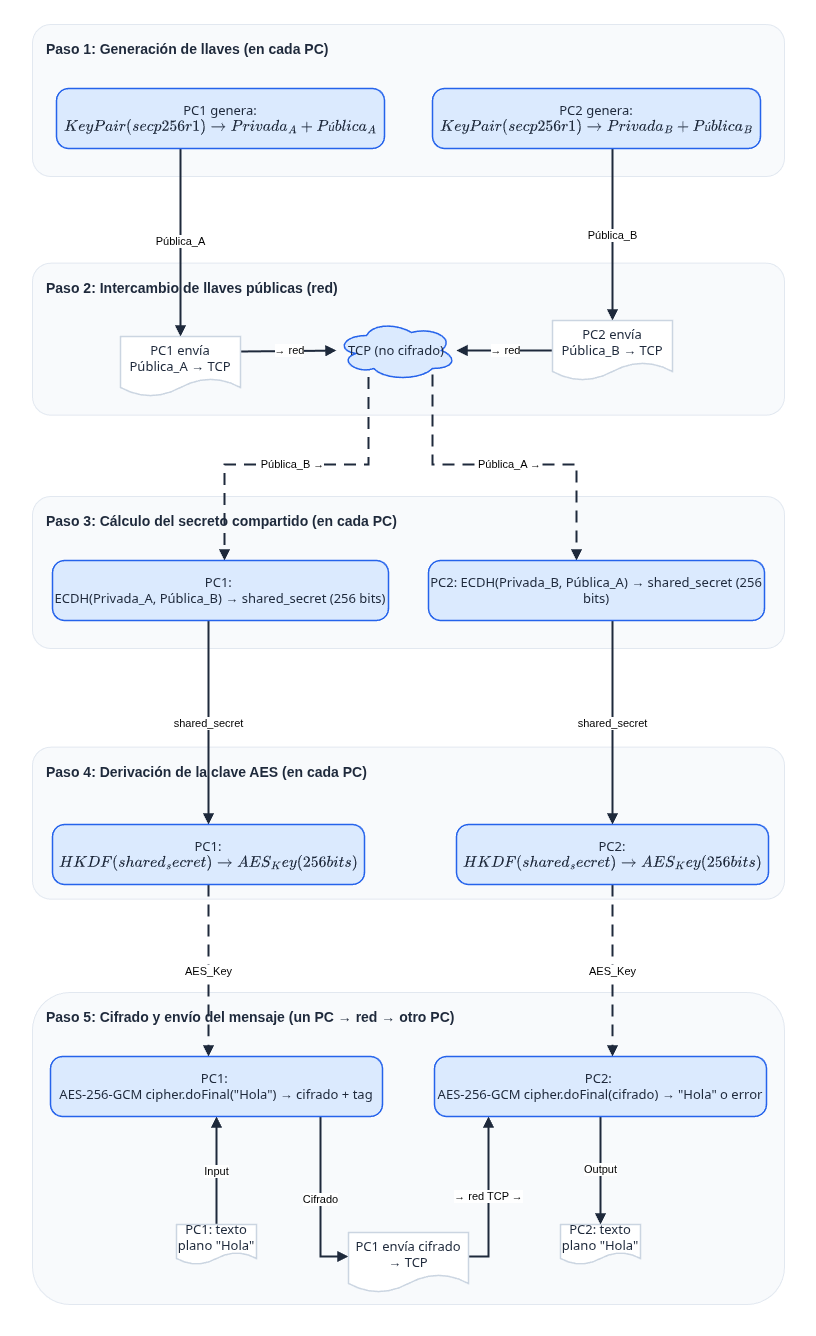
This is docs/crypto-architecture.png from RonyOz/encrypted-chat-java, a draw.io export, as it was before one commit. Source tidied: cells renumbered, new cells last; positions are measured from the earlier drawing's top-left corner, leaving out a move shared by most shapes.
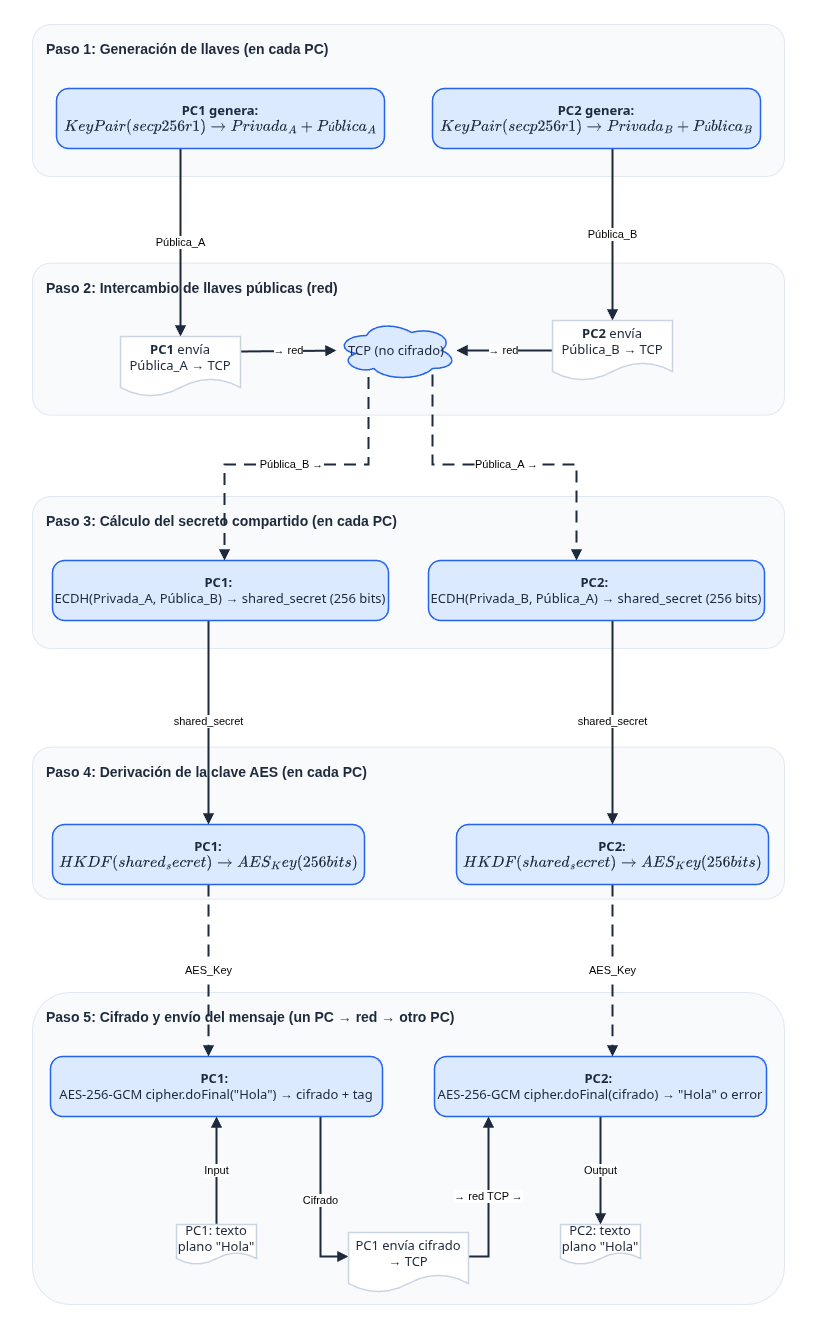
After the change.

Commit message:
fix: Update crypto architecture diagram for clarity and formatting

What changed in the source:
```diff
@@ -115,43 +115,43 @@
         </Array>
       </mxGeometry>
     </mxCell>
-    <mxCell id="22" value="PC1 genera: \(KeyPair(secp256r1) → Privada_A + Pública_A\)" style="rounded=1;arcSize=20;html=1;whiteSpace=wrap;fillColor=#DBEAFE;strokeColor=#2563EB;strokeWidth=1.5;fontColor=#1E293B;fontSize=13;fontFamily=Inter, Roboto, system-ui, -apple-system, sans-serif;verticalAlign=middle;align=center;" parent="1" vertex="1">
+    <mxCell id="22" value="&lt;b&gt;PC1 genera:&lt;/b&gt; \(KeyPair(secp256r1) → Privada_A + Pública_A\)" style="rounded=1;arcSize=20;html=1;whiteSpace=wrap;fillColor=#DBEAFE;strokeColor=#2563EB;strokeWidth=1.5;fontColor=#1E293B;fontSize=13;fontFamily=Inter, Roboto, system-ui, -apple-system, sans-serif;verticalAlign=middle;align=center;" parent="1" vertex="1">
       <mxGeometry x="56" y="88" width="328" height="60" as="geometry" />
     </mxCell>
-    <mxCell id="23" value="PC2 genera: \(KeyPair(secp256r1) → Privada_B + Pública_B\)" style="rounded=1;arcSize=20;html=1;whiteSpace=wrap;fillColor=#DBEAFE;strokeColor=#2563EB;strokeWidth=1.5;fontColor=#1E293B;fontSize=13;fontFamily=Inter, Roboto, system-ui, -apple-system, sans-serif;verticalAlign=middle;align=center;" parent="1" vertex="1">
+    <mxCell id="23" value="&lt;b&gt;PC2 genera:&lt;/b&gt; \(KeyPair(secp256r1) → Privada_B + Pública_B\)" style="rounded=1;arcSize=20;html=1;whiteSpace=wrap;fillColor=#DBEAFE;strokeColor=#2563EB;strokeWidth=1.5;fontColor=#1E293B;fontSize=13;fontFamily=Inter, Roboto, system-ui, -apple-system, sans-serif;verticalAlign=middle;align=center;" parent="1" vertex="1">
       <mxGeometry x="432" y="88" width="328" height="60" as="geometry" />
     </mxCell>
-    <mxCell id="24" value="PC1 envía Pública_A → TCP" style="shape=document;boundedLbl=1;html=1;whiteSpace=wrap;fillColor=#FFFFFF;strokeColor=#CBD5E1;strokeWidth=1.5;fontColor=#1E293B;fontSize=13;fontFamily=Inter, Roboto, system-ui, -apple-system, sans-serif;verticalAlign=middle;align=center;" parent="1" vertex="1">
+    <mxCell id="24" value="&lt;b&gt;PC1&lt;/b&gt; envía Pública_A → TCP" style="shape=document;boundedLbl=1;html=1;whiteSpace=wrap;fillColor=#FFFFFF;strokeColor=#CBD5E1;strokeWidth=1.5;fontColor=#1E293B;fontSize=13;fontFamily=Inter, Roboto, system-ui, -apple-system, sans-serif;verticalAlign=middle;align=center;" parent="1" vertex="1">
       <mxGeometry x="120" y="336" width="120" height="60" as="geometry" />
     </mxCell>
-    <mxCell id="25" value="PC2 envía Pública_B → TCP" style="shape=document;boundedLbl=1;html=1;whiteSpace=wrap;fillColor=#FFFFFF;strokeColor=#CBD5E1;strokeWidth=1.5;fontColor=#1E293B;fontSize=13;fontFamily=Inter, Roboto, system-ui, -apple-system, sans-serif;verticalAlign=middle;align=center;" parent="1" vertex="1">
+    <mxCell id="25" value="&lt;b&gt;PC2&lt;/b&gt; envía Pública_B → TCP" style="shape=document;boundedLbl=1;html=1;whiteSpace=wrap;fillColor=#FFFFFF;strokeColor=#CBD5E1;strokeWidth=1.5;fontColor=#1E293B;fontSize=13;fontFamily=Inter, Roboto, system-ui, -apple-system, sans-serif;verticalAlign=middle;align=center;" parent="1" vertex="1">
       <mxGeometry x="552" y="320" width="120" height="60" as="geometry" />
     </mxCell>
     <mxCell id="26" value="TCP (no cifrado)" style="ellipse;shape=cloud;html=1;whiteSpace=wrap;fillColor=#DBEAFE;strokeColor=#2563EB;strokeWidth=1.5;fontColor=#1E293B;fontSize=13;fontFamily=Inter, Roboto, system-ui, -apple-system, sans-serif;verticalAlign=middle;align=center;" parent="1" vertex="1">
       <mxGeometry x="336" y="320" width="120" height="60" as="geometry" />
     </mxCell>
-    <mxCell id="27" value="PC1:&amp;nbsp;&lt;div&gt;ECDH(Privada_A, Pública_B) → shared_secret (256 bits)&lt;/div&gt;" style="rounded=1;arcSize=20;html=1;whiteSpace=wrap;fillColor=#DBEAFE;strokeColor=#2563EB;strokeWidth=1.5;fontColor=#1E293B;fontSize=13;fontFamily=Inter, Roboto, system-ui, -apple-system, sans-serif;verticalAlign=middle;align=center;" parent="1" vertex="1">
+    <mxCell id="27" value="&lt;b&gt;PC1:&amp;nbsp;&lt;/b&gt;&lt;div&gt;ECDH(Privada_A, Pública_B) → shared_secret (256 bits)&lt;/div&gt;" style="rounded=1;arcSize=20;html=1;whiteSpace=wrap;fillColor=#DBEAFE;strokeColor=#2563EB;strokeWidth=1.5;fontColor=#1E293B;fontSize=13;fontFamily=Inter, Roboto, system-ui, -apple-system, sans-serif;verticalAlign=middle;align=center;" parent="1" vertex="1">
       <mxGeometry x="52" y="560" width="336" height="60" as="geometry" />
     </mxCell>
-    <mxCell id="28" value="PC2: ECDH(Privada_B, Pública_A) → shared_secret (256 bits)" style="rounded=1;arcSize=20;html=1;whiteSpace=wrap;fillColor=#DBEAFE;strokeColor=#2563EB;strokeWidth=1.5;fontColor=#1E293B;fontSize=13;fontFamily=Inter, Roboto, system-ui, -apple-system, sans-serif;verticalAlign=middle;align=center;" parent="1" vertex="1">
+    <mxCell id="28" value="&lt;b&gt;PC2:&amp;nbsp;&lt;/b&gt;&lt;div&gt;ECDH(Privada_B, Pública_A) → shared_secret (256 bits)&lt;/div&gt;" style="rounded=1;arcSize=20;html=1;whiteSpace=wrap;fillColor=#DBEAFE;strokeColor=#2563EB;strokeWidth=1.5;fontColor=#1E293B;fontSize=13;fontFamily=Inter, Roboto, system-ui, -apple-system, sans-serif;verticalAlign=middle;align=center;" parent="1" vertex="1">
       <mxGeometry x="428" y="560" width="336" height="60" as="geometry" />
     </mxCell>
-    <mxCell id="29" value="PC1: \(HKDF(shared_secret) → AES_Key (256 bits)\)" style="rounded=1;arcSize=20;html=1;whiteSpace=wrap;fillColor=#DBEAFE;strokeColor=#2563EB;strokeWidth=1.5;fontColor=#1E293B;fontSize=13;fontFamily=Inter, Roboto, system-ui, -apple-system, sans-serif;verticalAlign=middle;align=center;" parent="1" vertex="1">
+    <mxCell id="29" value="&lt;b&gt;PC1:&lt;/b&gt; \(HKDF(shared_secret) → AES_Key (256 bits)\)" style="rounded=1;arcSize=20;html=1;whiteSpace=wrap;fillColor=#DBEAFE;strokeColor=#2563EB;strokeWidth=1.5;fontColor=#1E293B;fontSize=13;fontFamily=Inter, Roboto, system-ui, -apple-system, sans-serif;verticalAlign=middle;align=center;" parent="1" vertex="1">
       <mxGeometry x="52" y="824" width="312" height="60" as="geometry" />
     </mxCell>
-    <mxCell id="30" value="PC2: \(HKDF(shared_secret) → AES_Key (256 bits)\)" style="rounded=1;arcSize=20;html=1;whiteSpace=wrap;fillColor=#DBEAFE;strokeColor=#2563EB;strokeWidth=1.5;fontColor=#1E293B;fontSize=13;fontFamily=Inter, Roboto, system-ui, -apple-system, sans-serif;verticalAlign=middle;align=center;" parent="1" vertex="1">
+    <mxCell id="30" value="&lt;b&gt;PC2:&lt;/b&gt; \(HKDF(shared_secret) → AES_Key (256 bits)\)" style="rounded=1;arcSize=20;html=1;whiteSpace=wrap;fillColor=#DBEAFE;strokeColor=#2563EB;strokeWidth=1.5;fontColor=#1E293B;fontSize=13;fontFamily=Inter, Roboto, system-ui, -apple-system, sans-serif;verticalAlign=middle;align=center;" parent="1" vertex="1">
       <mxGeometry x="456" y="824" width="312" height="60" as="geometry" />
     </mxCell>
     <mxCell id="31" value="PC1: texto plano &quot;Hola&quot;" style="shape=document;boundedLbl=1;html=1;whiteSpace=wrap;fillColor=#FFFFFF;strokeColor=#CBD5E1;strokeWidth=1.5;fontColor=#1E293B;fontSize=13;fontFamily=Inter, Roboto, system-ui, -apple-system, sans-serif;verticalAlign=middle;align=center;" parent="1" vertex="1">
       <mxGeometry x="176" y="1224" width="80" height="40" as="geometry" />
     </mxCell>
-    <mxCell id="32" value="PC1:&amp;nbsp;&lt;div&gt;AES-256-GCM cipher.doFinal(&quot;Hola&quot;) → cifrado + tag&lt;/div&gt;" style="rounded=1;arcSize=20;html=1;whiteSpace=wrap;fillColor=#DBEAFE;strokeColor=#2563EB;strokeWidth=1.5;fontColor=#1E293B;fontSize=13;fontFamily=Inter, Roboto, system-ui, -apple-system, sans-serif;verticalAlign=middle;align=center;" parent="1" vertex="1">
+    <mxCell id="32" value="&lt;b&gt;PC1:&amp;nbsp;&lt;/b&gt;&lt;div&gt;AES-256-GCM cipher.doFinal(&quot;Hola&quot;) → cifrado + tag&lt;/div&gt;" style="rounded=1;arcSize=20;html=1;whiteSpace=wrap;fillColor=#DBEAFE;strokeColor=#2563EB;strokeWidth=1.5;fontColor=#1E293B;fontSize=13;fontFamily=Inter, Roboto, system-ui, -apple-system, sans-serif;verticalAlign=middle;align=center;" parent="1" vertex="1">
       <mxGeometry x="50" y="1056" width="332" height="60" as="geometry" />
     </mxCell>
     <mxCell id="33" value="PC1 envía cifrado → TCP" style="shape=document;boundedLbl=1;html=1;whiteSpace=wrap;fillColor=#FFFFFF;strokeColor=#CBD5E1;strokeWidth=1.5;fontColor=#1E293B;fontSize=13;fontFamily=Inter, Roboto, system-ui, -apple-system, sans-serif;verticalAlign=middle;align=center;" parent="1" vertex="1">
       <mxGeometry x="348" y="1232" width="120" height="60" as="geometry" />
     </mxCell>
-    <mxCell id="34" value="PC2:&amp;nbsp;&lt;div&gt;AES-256-GCM cipher.doFinal(cifrado) → &quot;Hola&quot; o error&lt;/div&gt;" style="rounded=1;arcSize=20;html=1;whiteSpace=wrap;fillColor=#DBEAFE;strokeColor=#2563EB;strokeWidth=1.5;fontColor=#1E293B;fontSize=13;fontFamily=Inter, Roboto, system-ui, -apple-system, sans-serif;verticalAlign=middle;align=center;" parent="1" vertex="1">
+    <mxCell id="34" value="&lt;b&gt;PC2:&amp;nbsp;&lt;/b&gt;&lt;div&gt;AES-256-GCM cipher.doFinal(cifrado) → &quot;Hola&quot; o error&lt;/div&gt;" style="rounded=1;arcSize=20;html=1;whiteSpace=wrap;fillColor=#DBEAFE;strokeColor=#2563EB;strokeWidth=1.5;fontColor=#1E293B;fontSize=13;fontFamily=Inter, Roboto, system-ui, -apple-system, sans-serif;verticalAlign=middle;align=center;" parent="1" vertex="1">
       <mxGeometry x="434" y="1056" width="332" height="60" as="geometry" />
     </mxCell>
     <mxCell id="35" value="PC2: texto plano &quot;Hola&quot;" style="shape=document;boundedLbl=1;html=1;whiteSpace=wrap;fillColor=#FFFFFF;strokeColor=#CBD5E1;strokeWidth=1.5;fontColor=#1E293B;fontSize=13;fontFamily=Inter, Roboto, system-ui, -apple-system, sans-serif;verticalAlign=middle;align=center;" parent="1" vertex="1">
```
